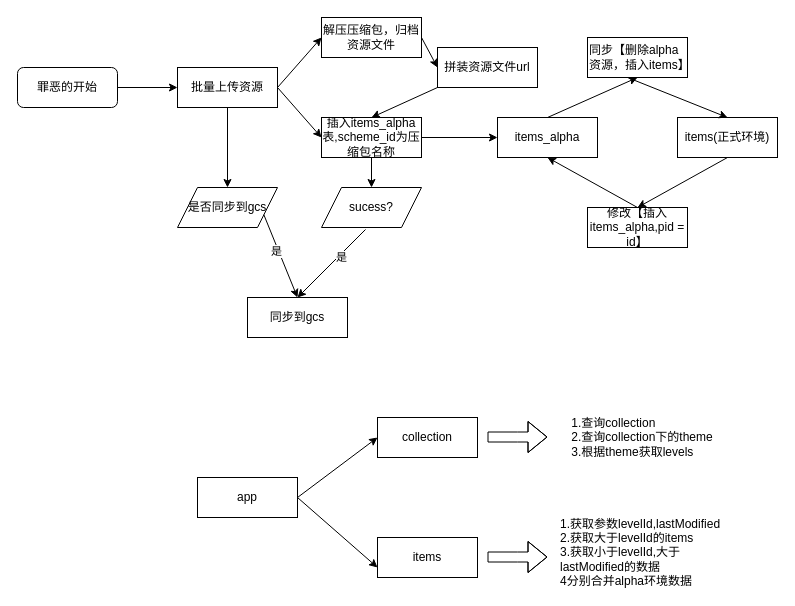
Above: 未命名绘图.drawio in Sc-glong/diagrams (draw.io), before the change. Source tidied: cells renumbered, new cells numbered last; positions are measured from the earlier drawing's top-left corner, leaving out a move shared by most shapes. Both pictures are drawn from the tidied source at 100%, with x=0, y=0 at pixel (17, 17).
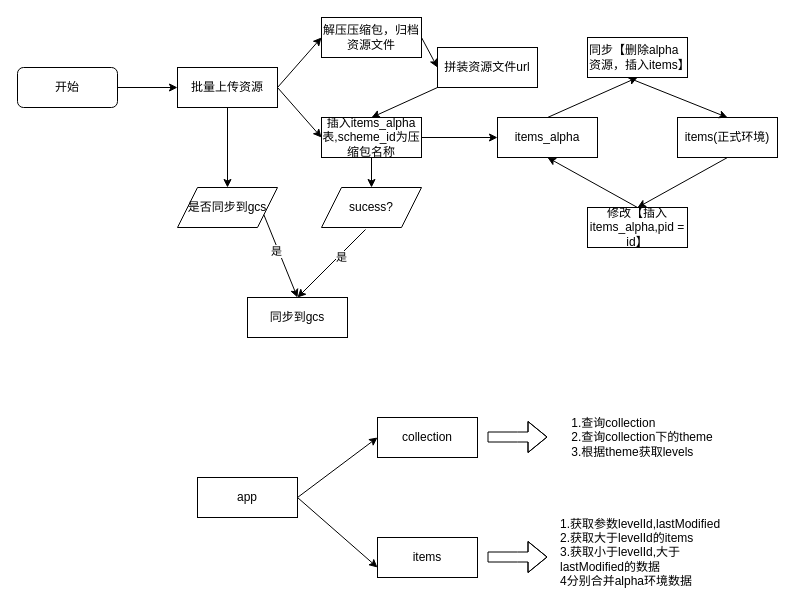
Above is the later version.

Change to the diagram source:
```diff
@@
-    <mxCell id="2" value="罪恶的开始" style="rounded=1;whiteSpace=wrap;html=1;" parent="1" vertex="1">
+    <mxCell id="2" value="开始" style="rounded=1;whiteSpace=wrap;html=1;" parent="1" vertex="1">
       <mxGeometry y="50" width="100" height="40" as="geometry" />
     </mxCell>
```
